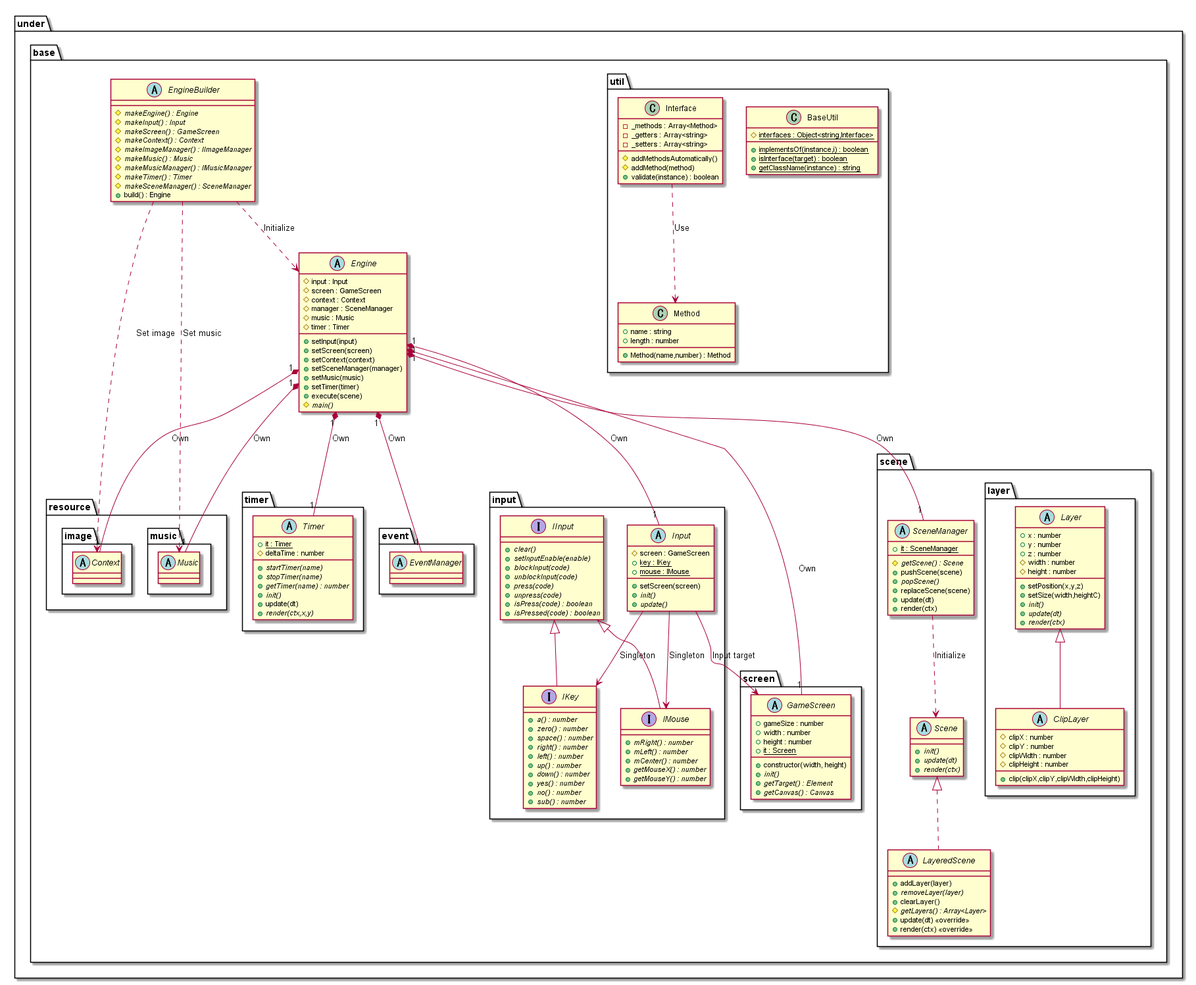
Earlier version of the PlantUML export out/uml/gamebase/Base/GameBaseBase.png (Expine/Under).
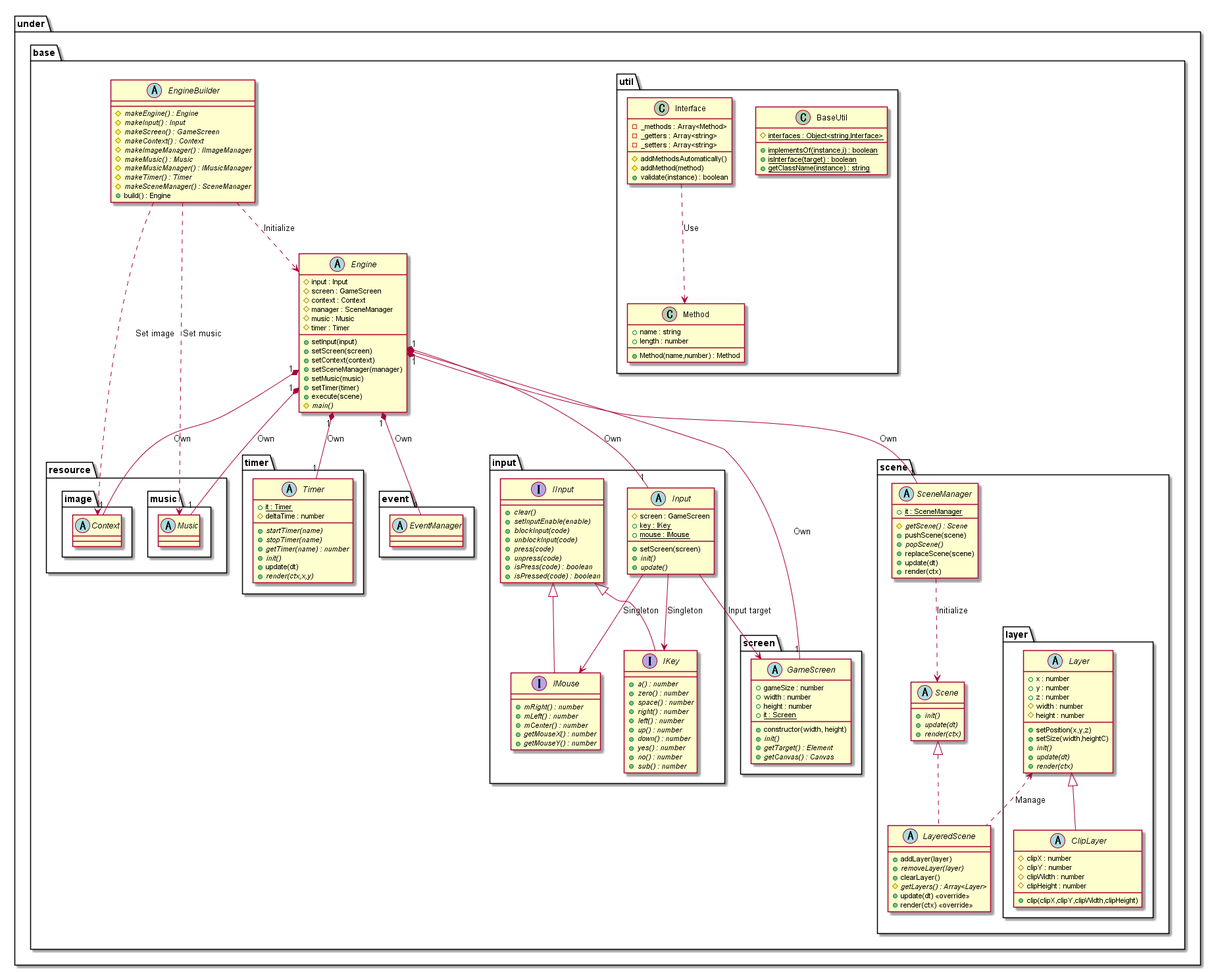
The same diagram one commit later.

What changed in the source:
```diff
@@ -199,6 +199,8 @@
 Engine "1"*-- "1" Timer : Own
 Engine "1"*-- "1" EventManager : Own
 
+Layer <.. LayeredScene : Manage
+
 Input --> GameScreen : Input target
 
 Input --> IKey : Singleton
```
